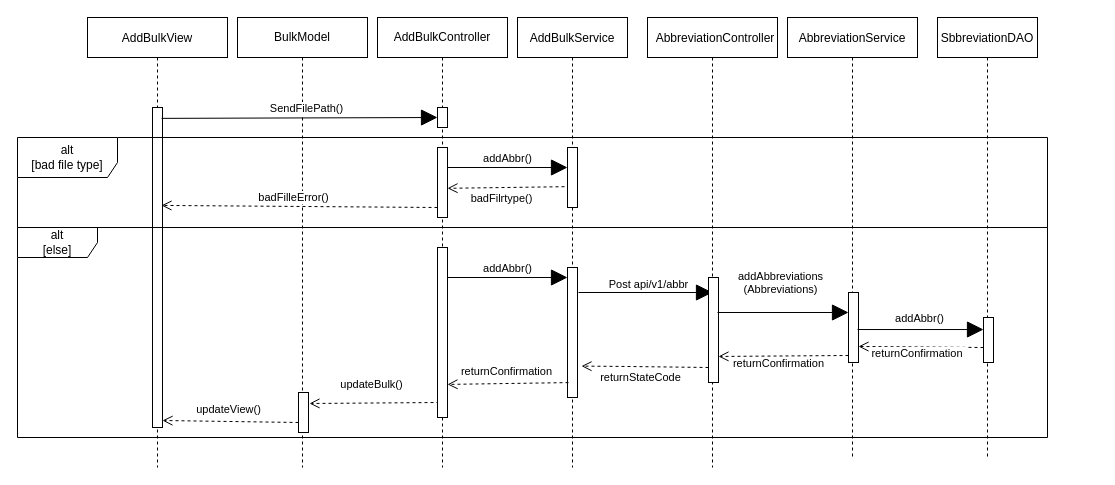
Above: page "AD-02" (1 of 2) of src/Untitled Diagram.drawio in wardalbam/Iprwc-webshop-frontend (draw.io), before the change. Source tidied: cells renumbered, new cells numbered last; positions are measured from the earlier drawing's top-left corner, leaving out a move shared by most shapes. Both pictures are drawn from the tidied source at 100%, with x=0, y=0 at pixel (17, 17).
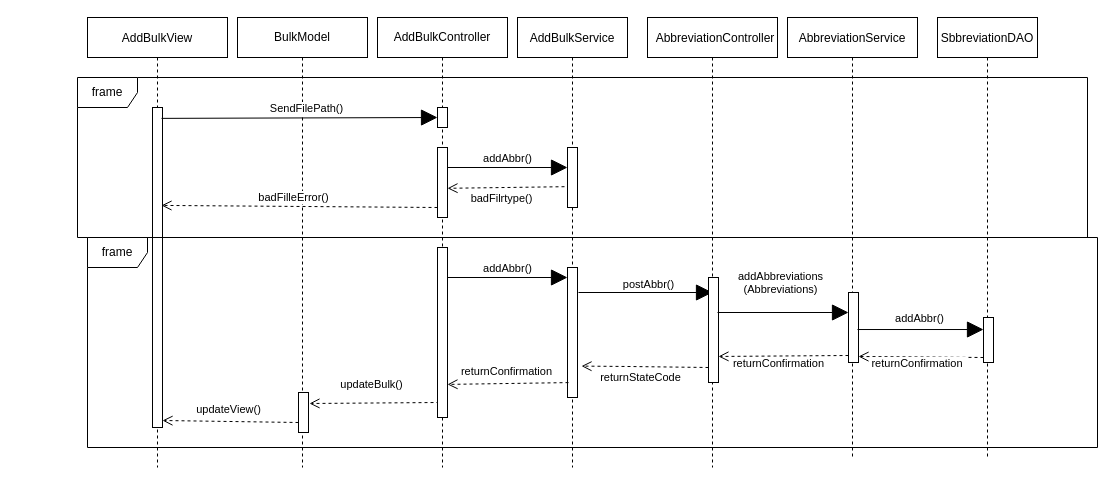
After the change.

The change refers to these unchanged cells:
```xml
<mxCell id="2" value="SbbreviationDAO" style="shape=umlLifeline;perimeter=lifelinePerimeter;rounded=0;shadow=0;strokeWidth=1;" parent="1" vertex="1">
  <mxGeometry x="920" width="100" height="440" as="geometry" />
</mxCell>
<mxCell id="11" value="AddBulkService" style="shape=umlLifeline;perimeter=lifelinePerimeter;rounded=0;shadow=0;strokeWidth=1;" parent="1" vertex="1">
  <mxGeometry x="500" width="110" height="450" as="geometry" />
</mxCell>
<mxCell id="19" value="&lt;span&gt;BulkModel&lt;/span&gt;" style="shape=umlLifeline;perimeter=lifelinePerimeter;whiteSpace=wrap;html=1;hachureGap=4;" parent="1" vertex="1">
  <mxGeometry x="220" width="130" height="450" as="geometry" />
</mxCell>
<mxCell id="25" style="points=[];perimeter=orthogonalPerimeter;rounded=0;shadow=0;strokeWidth=1;" parent="23" vertex="1">
  <mxGeometry x="61" y="275" width="10" height="70" as="geometry" />
</mxCell>
```

The edit, as a diff of the source:
```diff
@@
-    <mxCell id="4" value="returnConfirmation&amp;nbsp;" style="html=1;verticalAlign=bottom;endArrow=open;dashed=1;endSize=8;sourcePerimeterSpacing=8;targetPerimeterSpacing=8;entryX=1;entryY=0.771;entryDx=0;entryDy=0;entryPerimeter=0;exitX=0;exitY=0.9;exitDx=0;exitDy=0;exitPerimeter=0;" parent="2" edge="1" target="25">
-      <mxGeometry x="0.04" y="16" relative="1" as="geometry">
-        <mxPoint x="46" y="330" as="sourcePoint" />
-      </mxGeometry>
-    </mxCell>
@@
-    <mxCell id="12" value="alt&lt;br&gt;[else]" style="shape=umlFrame;whiteSpace=wrap;html=1;width=80;height=30;" parent="11" vertex="1">
-      <mxGeometry x="-500" y="210" width="1030" height="210" as="geometry" />
-    </mxCell>
@@
-    <mxCell id="18" value="Post api/v1/abbr" style="html=1;verticalAlign=bottom;endArrow=block;startSize=14;endSize=14;sourcePerimeterSpacing=8;targetPerimeterSpacing=8;" parent="1" edge="1">
+    <mxCell id="18" value="postAbbr()" style="html=1;verticalAlign=bottom;endArrow=block;startSize=14;endSize=14;sourcePerimeterSpacing=8;targetPerimeterSpacing=8;" parent="1" edge="1">
       <mxGeometry x="0.04" y="-1" relative="1" as="geometry">
         <mxPoint x="561" y="275" as="sourcePoint" />
         <mxPoint x="695" y="275" as="targetPoint" />
       </mxGeometry>
     </mxCell>
@@
+    <mxCell id="36" value="frame" style="shape=umlFrame;whiteSpace=wrap;html=1;" parent="19" vertex="1">
+      <mxGeometry x="-160" y="60" width="1010" height="160" as="geometry" />
+    </mxCell>
+    <mxCell id="37" value="frame" style="shape=umlFrame;whiteSpace=wrap;html=1;" parent="19" vertex="1">
+      <mxGeometry x="-150" y="220" width="1010" height="210" as="geometry" />
+    </mxCell>
+    <mxCell id="4" value="returnConfirmation&amp;nbsp;" style="html=1;verticalAlign=bottom;endArrow=open;dashed=1;endSize=8;sourcePerimeterSpacing=8;targetPerimeterSpacing=8;entryX=1;entryY=0.771;entryDx=0;entryDy=0;entryPerimeter=0;exitX=0;exitY=0.9;exitDx=0;exitDy=0;exitPerimeter=0;" parent="19" edge="1">
+      <mxGeometry x="0.04" y="16" relative="1" as="geometry">
+        <mxPoint x="746" y="340" as="sourcePoint" />
+        <mxPoint x="621" y="339" as="targetPoint" />
+      </mxGeometry>
+    </mxCell>
@@
-    <mxCell id="35" value="alt&lt;br&gt;[bad file type]" style="shape=umlFrame;whiteSpace=wrap;html=1;width=100;height=40;" parent="1" vertex="1">
-      <mxGeometry y="120" width="1030" height="90" as="geometry" />
-    </mxCell>
```
